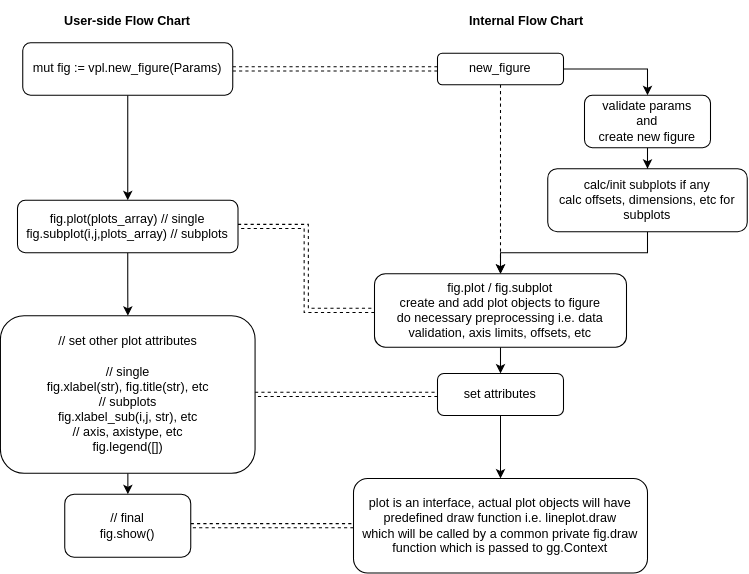
The draw.io diagram docs/flowchart.svg in impopular-guy/vplotlib, before a commit. Source tidied: cells renumbered, new cells last; positions are measured from the earlier drawing's top-left corner, leaving out a move shared by most shapes. The source it was exported from:
```xml
<mxGraphModel>
  <root>
    <mxCell id="0" />
    <mxCell id="1" parent="0" />
    <mxCell id="2" value="&lt;b&gt;User-side Flow Chart&lt;/b&gt;" style="text;html=1;strokeColor=none;fillColor=none;align=center;verticalAlign=middle;whiteSpace=wrap;rounded=0;" parent="1" vertex="1">
      <mxGeometry x="46" y="5" width="150" height="30" as="geometry" />
    </mxCell>
    <mxCell id="3" style="edgeStyle=orthogonalEdgeStyle;rounded=0;jettySize=auto;html=1;" parent="1" edge="1" source="5" target="8">
      <mxGeometry relative="1" as="geometry" />
    </mxCell>
    <mxCell id="4" style="edgeStyle=orthogonalEdgeStyle;rounded=0;jettySize=auto;html=1;entryX=0;entryY=0.5;entryDx=0;entryDy=0;shape=link;dashed=1;" parent="1" edge="1" source="5" target="17">
      <mxGeometry relative="1" as="geometry" />
    </mxCell>
    <mxCell id="5" value="mut fig := vpl.new_figure(Params)" style="rounded=1;whiteSpace=wrap;html=1;" parent="1" vertex="1">
      <mxGeometry x="21" y="40" width="200" height="50" as="geometry" />
    </mxCell>
    <mxCell id="6" style="edgeStyle=orthogonalEdgeStyle;rounded=0;jettySize=auto;html=1;" parent="1" edge="1" source="8" target="11">
      <mxGeometry relative="1" as="geometry" />
    </mxCell>
    <mxCell id="7" style="edgeStyle=orthogonalEdgeStyle;rounded=0;jettySize=auto;html=1;entryX=0;entryY=0.5;entryDx=0;entryDy=0;dashed=1;shape=link;" parent="1" edge="1" source="8" target="23">
      <mxGeometry relative="1" as="geometry" />
    </mxCell>
    <mxCell id="8" value="fig.plot(plots_array) // single&lt;br&gt;fig.subplot(i,j,plots_array) // subplots" style="whiteSpace=wrap;html=1;rounded=1;" parent="1" vertex="1">
      <mxGeometry x="16" y="190" width="210" height="50" as="geometry" />
    </mxCell>
    <mxCell id="9" style="edgeStyle=orthogonalEdgeStyle;rounded=0;jettySize=auto;html=1;entryX=0.5;entryY=0;entryDx=0;entryDy=0;" parent="1" edge="1" source="11" target="13">
      <mxGeometry relative="1" as="geometry" />
    </mxCell>
    <mxCell id="10" style="edgeStyle=orthogonalEdgeStyle;shape=link;rounded=0;jettySize=auto;html=1;dashed=1;" parent="1" edge="1" source="11" target="26">
      <mxGeometry relative="1" as="geometry" />
    </mxCell>
    <mxCell id="11" value="// set other plot attributes&lt;br&gt;&lt;br&gt;// single&lt;br&gt;fig.xlabel(str), fig.title(str), etc&lt;br&gt;// subplots&lt;br&gt;fig.xlabel_sub(i,j, str), etc&lt;br&gt;// axis, axistype, etc&lt;br&gt;fig.legend([])" style="whiteSpace=wrap;html=1;rounded=1;" parent="1" vertex="1">
      <mxGeometry x="-0.2" y="300" width="242.5" height="150" as="geometry" />
    </mxCell>
    <mxCell id="12" style="edgeStyle=orthogonalEdgeStyle;shape=link;rounded=0;jettySize=auto;html=1;entryX=0;entryY=0.5;entryDx=0;entryDy=0;dashed=1;" parent="1" edge="1" source="13" target="24">
      <mxGeometry relative="1" as="geometry" />
    </mxCell>
    <mxCell id="13" value="// final&lt;br&gt;fig.show()" style="whiteSpace=wrap;html=1;rounded=1;" parent="1" vertex="1">
      <mxGeometry x="61" y="470" width="120" height="60" as="geometry" />
    </mxCell>
    <mxCell id="14" value="&lt;b&gt;Internal Flow Chart&lt;/b&gt;" style="text;html=1;strokeColor=none;fillColor=none;align=center;verticalAlign=middle;whiteSpace=wrap;rounded=0;" parent="1" vertex="1">
      <mxGeometry x="436" width="130" height="40" as="geometry" />
    </mxCell>
    <mxCell id="15" style="edgeStyle=orthogonalEdgeStyle;rounded=0;jettySize=auto;html=1;entryX=0.5;entryY=0;entryDx=0;entryDy=0;" parent="1" edge="1" source="17" target="19">
      <mxGeometry relative="1" as="geometry" />
    </mxCell>
    <mxCell id="16" style="edgeStyle=orthogonalEdgeStyle;rounded=0;jettySize=auto;html=1;entryX=0.5;entryY=0;entryDx=0;entryDy=0;dashed=1;" parent="1" edge="1" source="17" target="23">
      <mxGeometry relative="1" as="geometry" />
    </mxCell>
    <mxCell id="17" value="new_figure" style="rounded=1;whiteSpace=wrap;html=1;" parent="1" vertex="1">
      <mxGeometry x="416" y="50" width="120" height="30" as="geometry" />
    </mxCell>
    <mxCell id="18" style="edgeStyle=orthogonalEdgeStyle;rounded=0;jettySize=auto;html=1;entryX=0.5;entryY=0;entryDx=0;entryDy=0;" parent="1" edge="1" source="19" target="21">
      <mxGeometry relative="1" as="geometry" />
    </mxCell>
    <mxCell id="19" value="validate params&lt;br&gt;and&lt;br&gt;create new figure" style="rounded=1;whiteSpace=wrap;html=1;" parent="1" vertex="1">
      <mxGeometry x="556" y="90" width="120" height="50" as="geometry" />
    </mxCell>
    <mxCell id="20" style="edgeStyle=orthogonalEdgeStyle;rounded=0;jettySize=auto;html=1;entryX=0.5;entryY=0;entryDx=0;entryDy=0;" parent="1" edge="1" source="21" target="23">
      <mxGeometry relative="1" as="geometry" />
    </mxCell>
    <mxCell id="21" value="calc/init subplots if any&lt;br&gt;calc offsets, dimensions, etc for subplots" style="rounded=1;whiteSpace=wrap;html=1;" parent="1" vertex="1">
      <mxGeometry x="521" y="160" width="190" height="60" as="geometry" />
    </mxCell>
    <mxCell id="22" style="edgeStyle=orthogonalEdgeStyle;rounded=0;jettySize=auto;html=1;entryX=0.5;entryY=0;entryDx=0;entryDy=0;" parent="1" edge="1" source="23" target="26">
      <mxGeometry relative="1" as="geometry" />
    </mxCell>
    <mxCell id="23" value="fig.plot / fig.subplot&lt;br&gt;create and add plot objects to figure&lt;br&gt;do necessary preprocessing i.e. data validation, axis limits, offsets, etc" style="rounded=1;whiteSpace=wrap;html=1;" parent="1" vertex="1">
      <mxGeometry x="356" y="260" width="240" height="70" as="geometry" />
    </mxCell>
    <mxCell id="24" value="plot is an interface, actual plot objects will have predefined draw function i.e. lineplot.draw&lt;br&gt;which will be called by a common private fig.draw function which is passed to gg.Context" style="rounded=1;whiteSpace=wrap;html=1;" parent="1" vertex="1">
      <mxGeometry x="336" y="455" width="280" height="90" as="geometry" />
    </mxCell>
    <mxCell id="25" style="edgeStyle=orthogonalEdgeStyle;rounded=0;jettySize=auto;html=1;entryX=0.5;entryY=0;entryDx=0;entryDy=0;" parent="1" edge="1" source="26" target="24">
      <mxGeometry relative="1" as="geometry" />
    </mxCell>
    <mxCell id="26" value="set attributes" style="rounded=1;whiteSpace=wrap;html=1;" parent="1" vertex="1">
      <mxGeometry x="416" y="355" width="120" height="40" as="geometry" />
    </mxCell>
  </root>
</mxGraphModel>
```
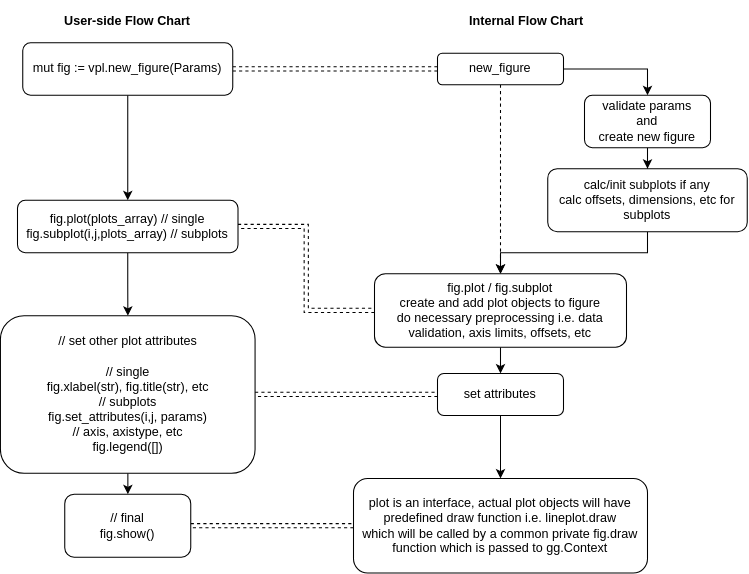
Above is the later version.

The edit, as a diff of the source:
```diff
@@ -29,7 +29,7 @@
     <mxCell id="10" style="edgeStyle=orthogonalEdgeStyle;shape=link;rounded=0;jettySize=auto;html=1;dashed=1;" parent="1" edge="1" source="11" target="26">
       <mxGeometry relative="1" as="geometry" />
     </mxCell>
-    <mxCell id="11" value="// set other plot attributes&lt;br&gt;&lt;br&gt;// single&lt;br&gt;fig.xlabel(str), fig.title(str), etc&lt;br&gt;// subplots&lt;br&gt;fig.xlabel_sub(i,j, str), etc&lt;br&gt;// axis, axistype, etc&lt;br&gt;fig.legend([])" style="whiteSpace=wrap;html=1;rounded=1;" parent="1" vertex="1">
+    <mxCell id="11" value="// set other plot attributes&lt;br&gt;&lt;br&gt;// single&lt;br&gt;fig.xlabel(str), fig.title(str), etc&lt;br&gt;// subplots&lt;br&gt;fig.set_attributes(i,j, params)&lt;br&gt;// axis, axistype, etc&lt;br&gt;fig.legend([])" style="whiteSpace=wrap;html=1;rounded=1;" parent="1" vertex="1">
       <mxGeometry x="-0.2" y="300" width="242.5" height="150" as="geometry" />
     </mxCell>
     <mxCell id="12" style="edgeStyle=orthogonalEdgeStyle;shape=link;rounded=0;jettySize=auto;html=1;entryX=0;entryY=0.5;entryDx=0;entryDy=0;dashed=1;" parent="1" edge="1" source="13" target="24">
```
